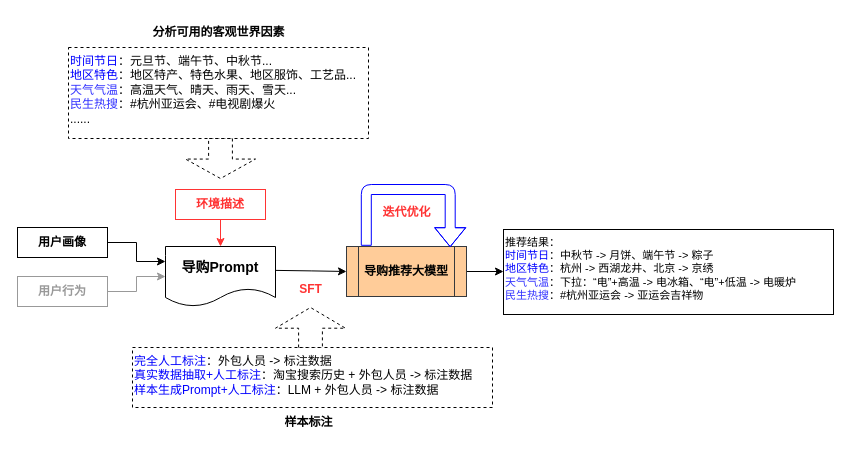
The draw.io diagram page "整体方案" (2 of 4) of Other_img/客观环境LLM建设图.drawio in cheungwoonming/picx-images-hosting, before the edit. Source tidied: cells renumbered, new cells numbered last; positions are measured from the earlier drawing's top-left corner, leaving out a move shared by most shapes. Both pictures are drawn from the tidied source at 100%, with x=0, y=0 at pixel (17, 17).
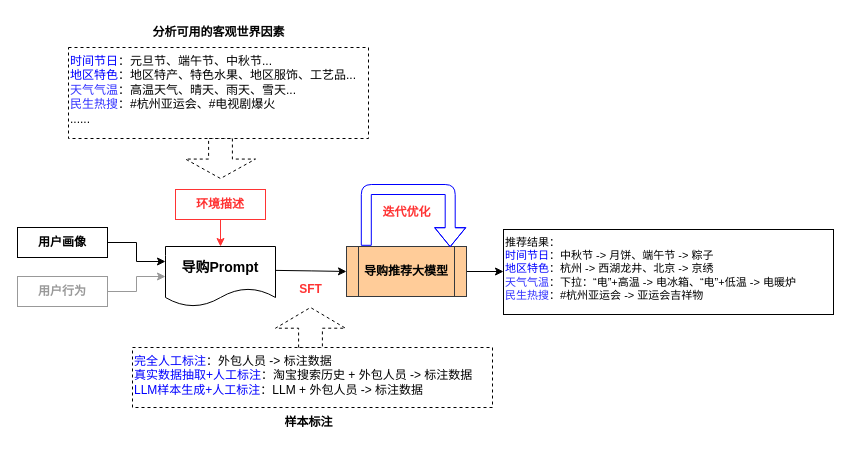
After the change.

Commit message:
更新客观环境LLM建设图.drawio

What changed in the source:
```diff
@@
-    <mxCell id="4" value="&lt;div style=&quot;&quot;&gt;&lt;font color=&quot;#0000ff&quot;&gt;完全人工标注&lt;/font&gt;：外包人员 -&amp;gt; 标注数据&lt;/div&gt;&lt;div style=&quot;&quot;&gt;&lt;font color=&quot;#0000ff&quot;&gt;真实数据抽取+人工标注&lt;/font&gt;：淘宝搜索历史 + 外包人员 -&amp;gt; 标注数据&lt;/div&gt;&lt;div style=&quot;&quot;&gt;&lt;font style=&quot;background-color: initial;&quot; color=&quot;#0000ff&quot;&gt;样本生成Prompt+人工标注&lt;/font&gt;&lt;span style=&quot;background-color: initial;&quot;&gt;：LLM + 外包人员 -&amp;gt; 标注数据&lt;/span&gt;&lt;/div&gt;" style="rounded=0;whiteSpace=wrap;html=1;dashed=1;fillColor=none;align=left;labelPosition=center;verticalLabelPosition=middle;verticalAlign=top;" parent="1" vertex="1">
+    <mxCell id="4" value="&lt;div style=&quot;&quot;&gt;&lt;font color=&quot;#0000ff&quot;&gt;完全人工标注&lt;/font&gt;：外包人员 -&amp;gt; 标注数据&lt;/div&gt;&lt;div style=&quot;&quot;&gt;&lt;font color=&quot;#0000ff&quot;&gt;真实数据抽取+人工标注&lt;/font&gt;：淘宝搜索历史 + 外包人员 -&amp;gt; 标注数据&lt;/div&gt;&lt;div style=&quot;&quot;&gt;&lt;font style=&quot;background-color: initial;&quot; color=&quot;#0000ff&quot;&gt;LLM样本生成+人工标注&lt;/font&gt;&lt;span style=&quot;background-color: initial;&quot;&gt;：LLM + 外包人员 -&amp;gt; 标注数据&lt;/span&gt;&lt;/div&gt;" style="rounded=0;whiteSpace=wrap;html=1;dashed=1;fillColor=none;align=left;labelPosition=center;verticalLabelPosition=middle;verticalAlign=top;" parent="1" vertex="1">
       <mxGeometry x="115" y="330" width="360" height="60" as="geometry" />
     </mxCell>
```
